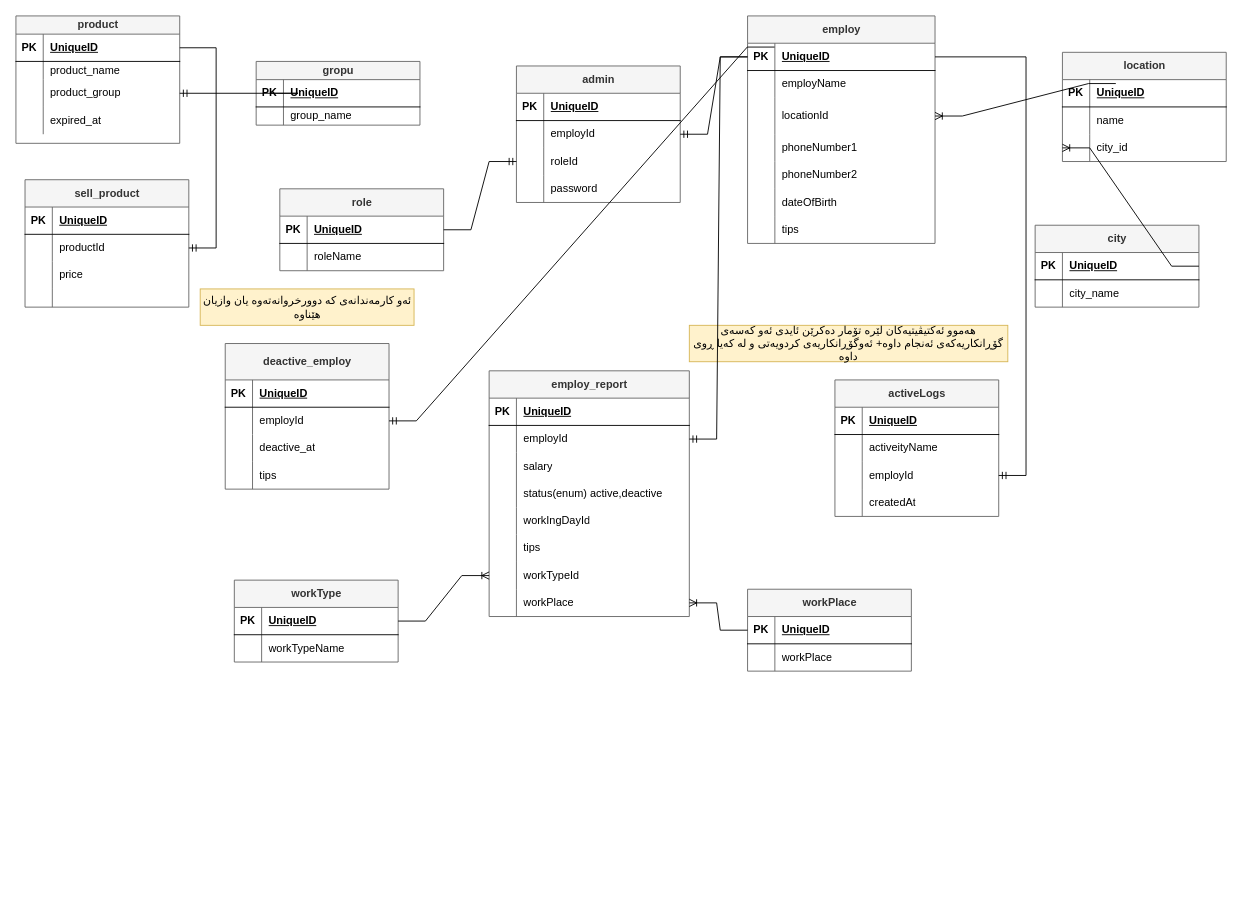
Above: Untitled Diagram.drawio in Mirko-khatab/drow.io (draw.io), before the change. Source tidied: cells renumbered, new cells numbered last; positions are measured from the earlier drawing's top-left corner, leaving out a move shared by most shapes. Both pictures are drawn from the tidied source at 91%, with x=0, y=0 at pixel (15, 15).
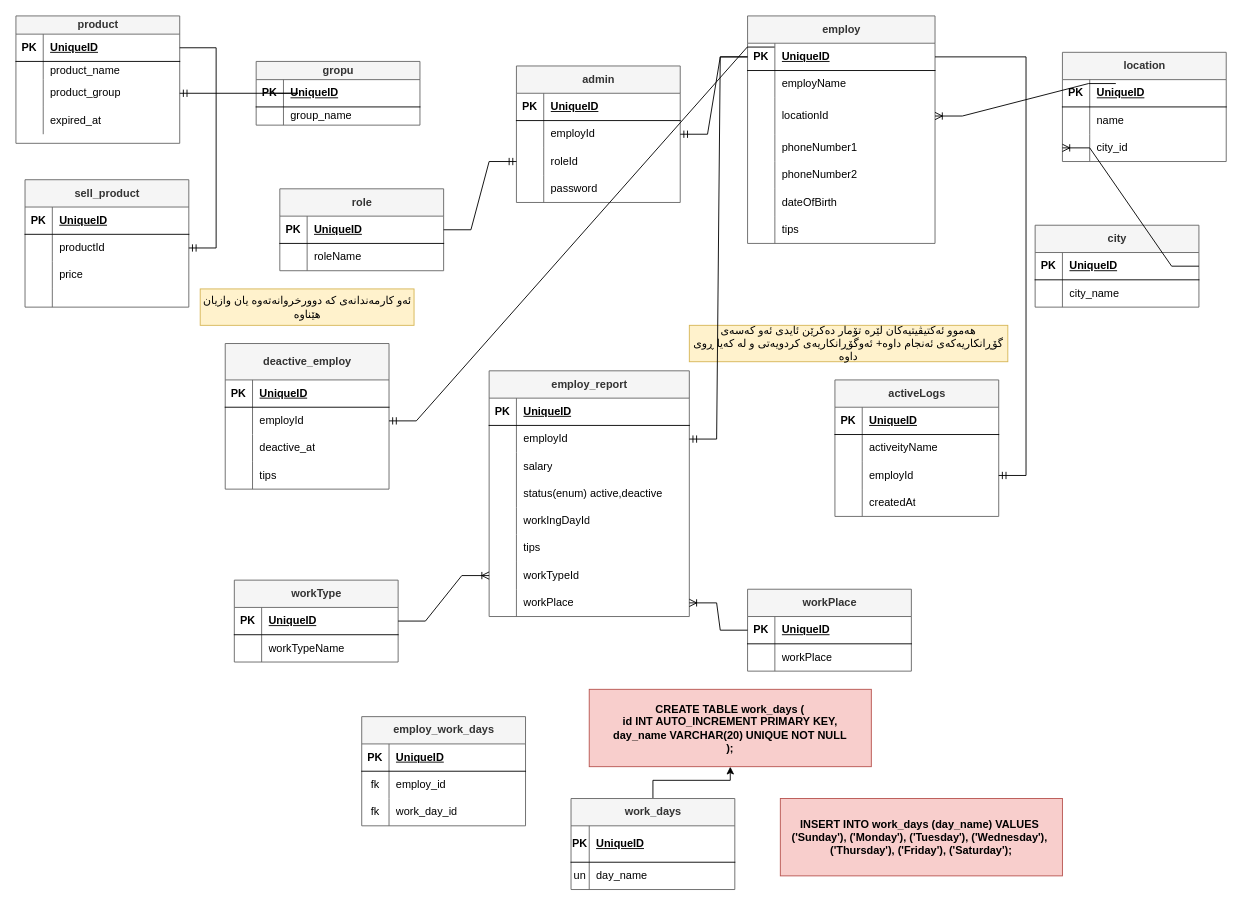
The same page after the edit.

Change to the diagram source:
```diff
@@
+    <mxCell id="172" style="edgeStyle=orthogonalEdgeStyle;rounded=0;jettySize=auto;html=1;" parent="1" edge="1" source="173" target="180">
+      <mxGeometry relative="1" as="geometry" />
+    </mxCell>
+    <mxCell id="173" value="work_days" style="shape=table;startSize=30;childLayout=tableLayout;rowLines=0;fontStyle=1;align=center;html=1;fillColor=#f5f5f5;fontColor=#333333;strokeColor=#666666;" parent="1" vertex="1">
+      <mxGeometry x="610" y="860" width="180" height="100" as="geometry" />
+    </mxCell>
+    <mxCell id="174" style="shape=tableRow;horizontal=0;startSize=0;swimlaneHead=0;swimlaneBody=0;fillColor=none;top=0;left=0;right=0;bottom=1;" parent="173" vertex="1">
+      <mxGeometry y="30" width="180" height="40" as="geometry" />
+    </mxCell>
+    <mxCell id="175" value="PK" style="shape=partialRectangle;fillColor=none;top=0;left=0;bottom=0;right=0;fontStyle=1;overflow=hidden;whiteSpace=wrap;html=1;" parent="174" vertex="1">
+      <mxGeometry width="20" height="40" as="geometry" />
+    </mxCell>
+    <mxCell id="176" value="UniqueID" style="shape=partialRectangle;fillColor=none;top=0;left=0;bottom=0;right=0;align=left;spacingLeft=6;fontStyle=5;overflow=hidden;whiteSpace=wrap;html=1;" parent="174" vertex="1">
+      <mxGeometry x="20" width="160" height="40" as="geometry" />
+    </mxCell>
+    <mxCell id="177" style="shape=tableRow;horizontal=0;startSize=0;swimlaneHead=0;swimlaneBody=0;fillColor=none;top=0;left=0;right=0;bottom=0;" parent="173" vertex="1">
+      <mxGeometry y="70" width="180" height="30" as="geometry" />
+    </mxCell>
+    <mxCell id="178" value="un" style="shape=partialRectangle;fillColor=none;top=0;left=0;bottom=0;right=0;overflow=hidden;whiteSpace=wrap;html=1;" parent="177" vertex="1">
+      <mxGeometry width="20" height="30" as="geometry" />
+    </mxCell>
+    <mxCell id="179" value="day_name" style="shape=partialRectangle;fillColor=none;top=0;left=0;bottom=0;right=0;align=left;spacingLeft=6;overflow=hidden;whiteSpace=wrap;html=1;" parent="177" vertex="1">
+      <mxGeometry x="20" width="160" height="30" as="geometry" />
+    </mxCell>
+    <mxCell id="180" value="&lt;span class=&quot;hljs-keyword&quot;&gt;CREATE&lt;/span&gt; &lt;span class=&quot;hljs-keyword&quot;&gt;TABLE&lt;/span&gt; work_days (&#10;    id &lt;span class=&quot;hljs-type&quot;&gt;INT&lt;/span&gt; AUTO_INCREMENT &lt;span class=&quot;hljs-keyword&quot;&gt;PRIMARY&lt;/span&gt; KEY,&#10;    day_name &lt;span class=&quot;hljs-type&quot;&gt;VARCHAR&lt;/span&gt;(&lt;span class=&quot;hljs-number&quot;&gt;20&lt;/span&gt;) &lt;span class=&quot;hljs-keyword&quot;&gt;UNIQUE&lt;/span&gt; &lt;span class=&quot;hljs-keyword&quot;&gt;NOT&lt;/span&gt; &lt;span class=&quot;hljs-keyword&quot;&gt;NULL&lt;/span&gt;&#10;);" style="whiteSpace=wrap;html=1;fillColor=#f8cecc;strokeColor=#b85450;startSize=30;fontStyle=1;" parent="1" vertex="1">
+      <mxGeometry x="630" y="740" width="310" height="85" as="geometry" />
+    </mxCell>
+    <mxCell id="181" value="INSERT INTO work_days (day_name) VALUES &#10;('Sunday'), ('Monday'), ('Tuesday'), ('Wednesday'), &#10;('Thursday'), ('Friday'), ('Saturday');" style="whiteSpace=wrap;html=1;fillColor=#f8cecc;strokeColor=#b85450;startSize=30;fontStyle=1;" parent="1" vertex="1">
+      <mxGeometry x="840" y="860" width="310" height="85" as="geometry" />
+    </mxCell>
+    <mxCell id="182" value="employ_work_days" style="shape=table;startSize=30;childLayout=tableLayout;rowLines=0;fontStyle=1;align=center;html=1;fillColor=#f5f5f5;fontColor=#333333;strokeColor=#666666;" parent="1" vertex="1">
+      <mxGeometry x="380" y="770" width="180" height="120" as="geometry" />
+    </mxCell>
+    <mxCell id="183" style="shape=tableRow;horizontal=0;startSize=0;swimlaneHead=0;swimlaneBody=0;fillColor=none;top=0;left=0;right=0;bottom=1;" parent="182" vertex="1">
+      <mxGeometry y="30" width="180" height="30" as="geometry" />
+    </mxCell>
+    <mxCell id="184" value="PK" style="shape=partialRectangle;fillColor=none;top=0;left=0;bottom=0;right=0;fontStyle=1;overflow=hidden;whiteSpace=wrap;html=1;" parent="183" vertex="1">
+      <mxGeometry width="30" height="30" as="geometry" />
+    </mxCell>
+    <mxCell id="185" value="UniqueID" style="shape=partialRectangle;fillColor=none;top=0;left=0;bottom=0;right=0;align=left;spacingLeft=6;fontStyle=5;overflow=hidden;whiteSpace=wrap;html=1;" parent="183" vertex="1">
+      <mxGeometry x="30" width="150" height="30" as="geometry" />
+    </mxCell>
+    <mxCell id="186" style="shape=tableRow;horizontal=0;startSize=0;swimlaneHead=0;swimlaneBody=0;fillColor=none;top=0;left=0;right=0;bottom=0;" parent="182" vertex="1">
+      <mxGeometry y="60" width="180" height="30" as="geometry" />
+    </mxCell>
+    <mxCell id="187" value="fk" style="shape=partialRectangle;fillColor=none;top=0;left=0;bottom=0;right=0;overflow=hidden;whiteSpace=wrap;html=1;" parent="186" vertex="1">
+      <mxGeometry width="30" height="30" as="geometry" />
+    </mxCell>
+    <mxCell id="188" value="employ_id" style="shape=partialRectangle;fillColor=none;top=0;left=0;bottom=0;right=0;align=left;spacingLeft=6;overflow=hidden;whiteSpace=wrap;html=1;" parent="186" vertex="1">
+      <mxGeometry x="30" width="150" height="30" as="geometry" />
+    </mxCell>
+    <mxCell id="189" style="shape=tableRow;horizontal=0;startSize=0;swimlaneHead=0;swimlaneBody=0;fillColor=none;top=0;left=0;right=0;bottom=0;" parent="182" vertex="1">
+      <mxGeometry y="90" width="180" height="30" as="geometry" />
+    </mxCell>
+    <mxCell id="190" value="fk" style="shape=partialRectangle;fillColor=none;top=0;left=0;bottom=0;right=0;overflow=hidden;whiteSpace=wrap;html=1;" parent="189" vertex="1">
+      <mxGeometry width="30" height="30" as="geometry" />
+    </mxCell>
+    <mxCell id="191" value="work_day_id" style="shape=partialRectangle;fillColor=none;top=0;left=0;bottom=0;right=0;align=left;spacingLeft=6;overflow=hidden;whiteSpace=wrap;html=1;" parent="189" vertex="1">
+      <mxGeometry x="30" width="150" height="30" as="geometry" />
+    </mxCell>
```
